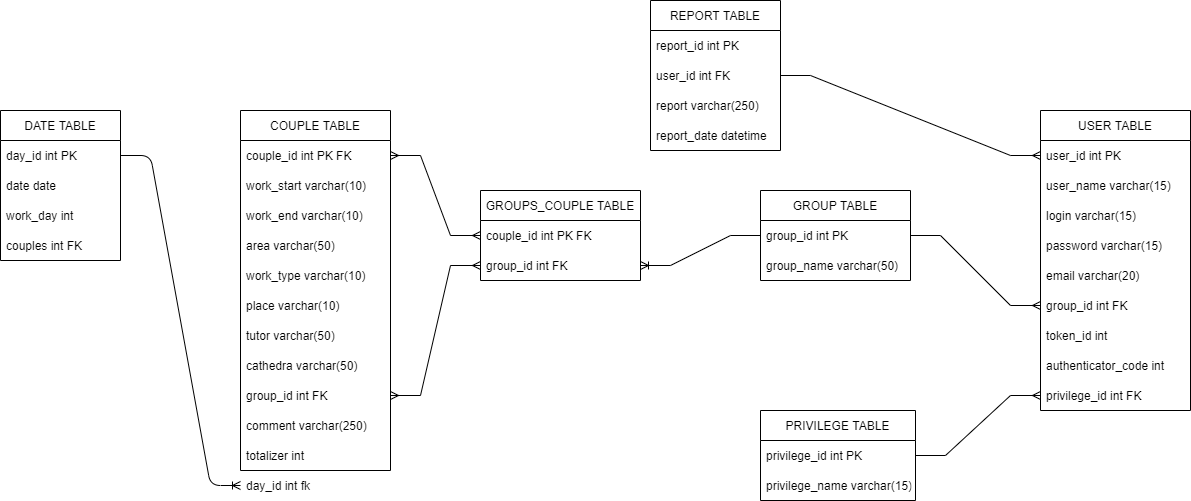
This is BackendApi/Архитектура/БД.drawio.png from MuivTimetable/-Documentation, a draw.io export, as it was before one commit. Source tidied: cells renumbered, new cells last; positions are measured from the earlier drawing's top-left corner, leaving out a move shared by most shapes. Its diagram source:
```xml
<mxGraphModel>
  <root>
    <mxCell id="0" />
    <mxCell id="1" parent="0" />
    <mxCell id="2" value="DATE TABLE" style="swimlane;fontStyle=0;horizontal=1;startSize=30;" parent="1" vertex="1">
      <mxGeometry y="110" width="120" height="150" as="geometry" />
    </mxCell>
    <mxCell id="3" value="day_id int PK" style="text;strokeColor=none;fillColor=none;align=left;verticalAlign=middle;spacingLeft=4;spacingRight=4;overflow=hidden;points=[[0,0.5],[1,0.5]];portConstraint=eastwest;" parent="2" vertex="1">
      <mxGeometry y="30" width="120" height="30" as="geometry" />
    </mxCell>
    <mxCell id="4" value="date date" style="text;strokeColor=none;fillColor=none;align=left;verticalAlign=middle;spacingLeft=4;spacingRight=4;overflow=hidden;" parent="2" vertex="1">
      <mxGeometry y="60" width="120" height="30" as="geometry" />
    </mxCell>
    <mxCell id="5" value="work_day int" style="text;strokeColor=none;fillColor=none;align=left;verticalAlign=middle;spacingLeft=4;spacingRight=4;overflow=hidden;" parent="2" vertex="1">
      <mxGeometry y="90" width="120" height="30" as="geometry" />
    </mxCell>
    <mxCell id="6" value="couples int FK" style="text;strokeColor=none;fillColor=none;align=left;verticalAlign=middle;spacingLeft=4;spacingRight=4;overflow=hidden;" parent="2" vertex="1">
      <mxGeometry y="120" width="120" height="30" as="geometry" />
    </mxCell>
    <mxCell id="7" value="COUPLE TABLE" style="swimlane;fontStyle=0;horizontal=1;startSize=30;arcSize=15;rounded=0;shadow=0;sketch=0;glass=0;" parent="1" vertex="1">
      <mxGeometry x="240" y="110" width="150" height="360" as="geometry" />
    </mxCell>
    <mxCell id="8" value="couple_id int PK FK" style="text;strokeColor=none;fillColor=none;align=left;verticalAlign=middle;spacingLeft=4;spacingRight=4;overflow=hidden;points=[[0,0.5],[1,0.5]];portConstraint=eastwest;" parent="7" vertex="1">
      <mxGeometry y="30" width="150" height="30" as="geometry" />
    </mxCell>
    <mxCell id="9" value="work_start varchar(10)" style="text;strokeColor=none;fillColor=none;align=left;verticalAlign=middle;spacingLeft=4;spacingRight=4;overflow=hidden;" parent="7" vertex="1">
      <mxGeometry y="60" width="150" height="30" as="geometry" />
    </mxCell>
    <mxCell id="10" value="work_end varchar(10)" style="text;strokeColor=none;fillColor=none;align=left;verticalAlign=middle;spacingLeft=4;spacingRight=4;overflow=hidden;" parent="7" vertex="1">
      <mxGeometry y="90" width="150" height="30" as="geometry" />
    </mxCell>
    <mxCell id="11" value="area varchar(50)" style="text;strokeColor=none;fillColor=none;align=left;verticalAlign=middle;spacingLeft=4;spacingRight=4;overflow=hidden;" parent="7" vertex="1">
      <mxGeometry y="120" width="150" height="30" as="geometry" />
    </mxCell>
    <mxCell id="12" value="work_type varchar(10)" style="text;strokeColor=none;fillColor=none;align=left;verticalAlign=middle;spacingLeft=4;spacingRight=4;overflow=hidden;" parent="7" vertex="1">
      <mxGeometry y="150" width="150" height="30" as="geometry" />
    </mxCell>
    <mxCell id="13" value="place varchar(10)" style="text;strokeColor=none;fillColor=none;align=left;verticalAlign=middle;spacingLeft=4;spacingRight=4;overflow=hidden;" parent="7" vertex="1">
      <mxGeometry y="180" width="150" height="30" as="geometry" />
    </mxCell>
    <mxCell id="14" value="tutor varchar(50)" style="text;strokeColor=none;fillColor=none;align=left;verticalAlign=middle;spacingLeft=4;spacingRight=4;overflow=hidden;" parent="7" vertex="1">
      <mxGeometry y="210" width="150" height="30" as="geometry" />
    </mxCell>
    <mxCell id="15" value="cathedra varchar(50)" style="text;strokeColor=none;fillColor=none;align=left;verticalAlign=middle;spacingLeft=4;spacingRight=4;overflow=hidden;" parent="7" vertex="1">
      <mxGeometry y="240" width="150" height="30" as="geometry" />
    </mxCell>
    <mxCell id="16" value="group_id int FK" style="text;strokeColor=none;fillColor=none;align=left;verticalAlign=middle;spacingLeft=4;spacingRight=4;overflow=hidden;points=[[0,0.5],[1,0.5]];portConstraint=eastwest;" parent="7" vertex="1">
      <mxGeometry y="270" width="150" height="30" as="geometry" />
    </mxCell>
    <mxCell id="17" value="comment varchar(250)" style="text;strokeColor=none;fillColor=none;align=left;verticalAlign=middle;spacingLeft=4;spacingRight=4;overflow=hidden;" parent="7" vertex="1">
      <mxGeometry y="300" width="150" height="30" as="geometry" />
    </mxCell>
    <mxCell id="18" value="totalizer int" style="text;strokeColor=none;fillColor=none;align=left;verticalAlign=middle;spacingLeft=4;spacingRight=4;overflow=hidden;" parent="7" vertex="1">
      <mxGeometry y="330" width="150" height="30" as="geometry" />
    </mxCell>
    <mxCell id="19" value="GROUPS_COUPLE TABLE" style="swimlane;fontStyle=0;horizontal=1;startSize=30;" parent="1" vertex="1">
      <mxGeometry x="480" y="190" width="160" height="90" as="geometry" />
    </mxCell>
    <mxCell id="20" value="couple_id int PK FK" style="text;strokeColor=none;fillColor=none;align=left;verticalAlign=middle;spacingLeft=4;spacingRight=4;overflow=hidden;points=[[0,0.5],[1,0.5]];portConstraint=eastwest;" parent="19" vertex="1">
      <mxGeometry y="30" width="160" height="30" as="geometry" />
    </mxCell>
    <mxCell id="21" value="group_id int FK" style="text;strokeColor=none;fillColor=none;align=left;verticalAlign=middle;spacingLeft=4;spacingRight=4;overflow=hidden;points=[[0,0.5],[1,0.5]];portConstraint=eastwest;" parent="19" vertex="1">
      <mxGeometry y="60" width="160" height="30" as="geometry" />
    </mxCell>
    <mxCell id="22" value="GROUP TABLE" style="swimlane;fontStyle=0;horizontal=1;startSize=30;" parent="1" vertex="1">
      <mxGeometry x="760" y="190" width="150" height="90" as="geometry" />
    </mxCell>
    <mxCell id="23" value="group_id int PK" style="text;strokeColor=none;fillColor=none;align=left;verticalAlign=middle;spacingLeft=4;spacingRight=4;overflow=hidden;points=[[0,0.5],[1,0.5]];portConstraint=eastwest;" parent="22" vertex="1">
      <mxGeometry y="30" width="150" height="30" as="geometry" />
    </mxCell>
    <mxCell id="24" value="group_name varchar(50)" style="text;strokeColor=none;fillColor=none;align=left;verticalAlign=middle;spacingLeft=4;spacingRight=4;overflow=hidden;" parent="22" vertex="1">
      <mxGeometry y="60" width="150" height="30" as="geometry" />
    </mxCell>
    <mxCell id="25" value="USER TABLE" style="swimlane;fontStyle=0;horizontal=1;startSize=30;" parent="1" vertex="1">
      <mxGeometry x="1040" y="110" width="150" height="300" as="geometry" />
    </mxCell>
    <mxCell id="26" value="user_id int PK" style="text;strokeColor=none;fillColor=none;align=left;verticalAlign=middle;spacingLeft=4;spacingRight=4;overflow=hidden;points=[[0,0.5],[1,0.5]];portConstraint=eastwest;" parent="25" vertex="1">
      <mxGeometry y="30" width="150" height="30" as="geometry" />
    </mxCell>
    <mxCell id="27" value="user_name varchar(15)" style="text;strokeColor=none;fillColor=none;align=left;verticalAlign=middle;spacingLeft=4;spacingRight=4;overflow=hidden;" parent="25" vertex="1">
      <mxGeometry y="60" width="150" height="30" as="geometry" />
    </mxCell>
    <mxCell id="28" value="login varchar(15)" style="text;strokeColor=none;fillColor=none;align=left;verticalAlign=middle;spacingLeft=4;spacingRight=4;overflow=hidden;" parent="25" vertex="1">
      <mxGeometry y="90" width="150" height="30" as="geometry" />
    </mxCell>
    <mxCell id="29" value="password varchar(15)" style="text;strokeColor=none;fillColor=none;align=left;verticalAlign=middle;spacingLeft=4;spacingRight=4;overflow=hidden;" parent="25" vertex="1">
      <mxGeometry y="120" width="150" height="30" as="geometry" />
    </mxCell>
    <mxCell id="30" value="email varchar(20)" style="text;strokeColor=none;fillColor=none;align=left;verticalAlign=middle;spacingLeft=4;spacingRight=4;overflow=hidden;" parent="25" vertex="1">
      <mxGeometry y="150" width="150" height="30" as="geometry" />
    </mxCell>
    <mxCell id="31" value="group_id int FK" style="text;strokeColor=none;fillColor=none;align=left;verticalAlign=middle;spacingLeft=4;spacingRight=4;overflow=hidden;points=[[0,0.5],[1,0.5]];portConstraint=eastwest;" parent="25" vertex="1">
      <mxGeometry y="180" width="150" height="30" as="geometry" />
    </mxCell>
    <mxCell id="32" value="token_id int" style="text;strokeColor=none;fillColor=none;align=left;verticalAlign=middle;spacingLeft=4;spacingRight=4;overflow=hidden;" parent="25" vertex="1">
      <mxGeometry y="210" width="150" height="30" as="geometry" />
    </mxCell>
    <mxCell id="33" value="authenticator_code int" style="text;strokeColor=none;fillColor=none;align=left;verticalAlign=middle;spacingLeft=4;spacingRight=4;overflow=hidden;" parent="25" vertex="1">
      <mxGeometry y="240" width="150" height="30" as="geometry" />
    </mxCell>
    <mxCell id="34" value="privilege_id int FK" style="text;strokeColor=none;fillColor=none;align=left;verticalAlign=middle;spacingLeft=4;spacingRight=4;overflow=hidden;points=[[0,0.5],[1,0.5]];portConstraint=eastwest;" parent="25" vertex="1">
      <mxGeometry y="270" width="150" height="30" as="geometry" />
    </mxCell>
    <mxCell id="35" value="REPORT TABLE" style="swimlane;fontStyle=0;horizontal=1;startSize=30;" parent="1" vertex="1">
      <mxGeometry x="650" width="130" height="150" as="geometry" />
    </mxCell>
    <mxCell id="36" value="report_id int PK" style="text;strokeColor=none;fillColor=none;align=left;verticalAlign=middle;spacingLeft=4;spacingRight=4;overflow=hidden;" parent="35" vertex="1">
      <mxGeometry y="30" width="130" height="30" as="geometry" />
    </mxCell>
    <mxCell id="37" value="user_id int FK" style="text;strokeColor=none;fillColor=none;align=left;verticalAlign=middle;spacingLeft=4;spacingRight=4;overflow=hidden;points=[[0,0.5],[1,0.5]];portConstraint=eastwest;" parent="35" vertex="1">
      <mxGeometry y="60" width="130" height="30" as="geometry" />
    </mxCell>
    <mxCell id="38" value="report varchar(250)" style="text;strokeColor=none;fillColor=none;align=left;verticalAlign=middle;spacingLeft=4;spacingRight=4;overflow=hidden;" parent="35" vertex="1">
      <mxGeometry y="90" width="130" height="30" as="geometry" />
    </mxCell>
    <mxCell id="39" value="report_date datetime" style="text;strokeColor=none;fillColor=none;align=left;verticalAlign=middle;spacingLeft=4;spacingRight=4;overflow=hidden;" parent="35" vertex="1">
      <mxGeometry y="120" width="130" height="30" as="geometry" />
    </mxCell>
    <mxCell id="40" value="PRIVILEGE TABLE" style="swimlane;fontStyle=0;horizontal=1;startSize=30;" parent="1" vertex="1">
      <mxGeometry x="760" y="410" width="155" height="90" as="geometry" />
    </mxCell>
    <mxCell id="41" value="privilege_id int PK" style="text;strokeColor=none;fillColor=none;align=left;verticalAlign=middle;spacingLeft=4;spacingRight=4;overflow=hidden;points=[[0,0.5],[1,0.5]];portConstraint=eastwest;" parent="40" vertex="1">
      <mxGeometry y="30" width="155" height="30" as="geometry" />
    </mxCell>
    <mxCell id="42" value="privilege_name varchar(15)" style="text;strokeColor=none;fillColor=none;align=left;verticalAlign=middle;spacingLeft=4;spacingRight=4;overflow=hidden;" parent="40" vertex="1">
      <mxGeometry y="60" width="155" height="30" as="geometry" />
    </mxCell>
    <mxCell id="43" style="edgeStyle=entityRelationEdgeStyle;fontSize=12;html=1;endArrow=ERmany;startArrow=ERmany;rounded=0;exitX=1;exitY=0.5;exitDx=0;exitDy=0;entryX=0;entryY=0.5;entryDx=0;entryDy=0;" parent="1" edge="1" source="8" target="20">
      <mxGeometry relative="1" as="geometry" />
    </mxCell>
    <mxCell id="44" style="edgeStyle=entityRelationEdgeStyle;fontSize=12;html=1;endArrow=ERmany;startArrow=ERmany;rounded=0;exitX=1;exitY=0.5;exitDx=0;exitDy=0;entryX=0;entryY=0.5;entryDx=0;entryDy=0;" parent="1" edge="1" source="16" target="21">
      <mxGeometry relative="1" as="geometry" />
    </mxCell>
    <mxCell id="45" style="edgeStyle=entityRelationEdgeStyle;fontSize=12;html=1;endArrow=ERoneToMany;rounded=0;exitX=0;exitY=0.5;exitDx=0;exitDy=0;entryX=1;entryY=0.5;entryDx=0;entryDy=0;" parent="1" edge="1" source="23" target="21">
      <mxGeometry relative="1" as="geometry" />
    </mxCell>
    <mxCell id="46" style="edgeStyle=entityRelationEdgeStyle;fontSize=12;html=1;endArrow=ERmany;rounded=0;exitX=1;exitY=0.5;exitDx=0;exitDy=0;entryX=0;entryY=0.5;entryDx=0;entryDy=0;" parent="1" edge="1" source="23" target="31">
      <mxGeometry relative="1" as="geometry" />
    </mxCell>
    <mxCell id="47" style="edgeStyle=entityRelationEdgeStyle;fontSize=12;html=1;endArrow=ERmany;rounded=0;exitX=1;exitY=0.5;exitDx=0;exitDy=0;entryX=0;entryY=0.5;entryDx=0;entryDy=0;" parent="1" edge="1" source="41" target="34">
      <mxGeometry relative="1" as="geometry" />
    </mxCell>
    <mxCell id="48" style="edgeStyle=entityRelationEdgeStyle;fontSize=12;html=1;endArrow=ERmany;rounded=0;exitX=1;exitY=0.5;exitDx=0;exitDy=0;entryX=0;entryY=0.5;entryDx=0;entryDy=0;" parent="1" edge="1" source="37" target="26">
      <mxGeometry relative="1" as="geometry" />
    </mxCell>
    <mxCell id="49" style="edgeStyle=entityRelationEdgeStyle;fontSize=12;html=1;endArrow=ERoneToMany;exitX=1;exitY=0.5;exitDx=0;exitDy=0;entryX=0;entryY=0.5;entryDx=0;entryDy=0;" parent="1" edge="1" source="3" target="50">
      <mxGeometry relative="1" as="geometry" />
    </mxCell>
    <mxCell id="50" value="day_id int fk" style="text;strokeColor=none;fillColor=none;align=left;verticalAlign=middle;spacingLeft=4;spacingRight=4;overflow=hidden;points=[[0,0.5],[1,0.5]];portConstraint=eastwest;" parent="1" vertex="1">
      <mxGeometry x="240" y="470" width="150" height="30" as="geometry" />
    </mxCell>
  </root>
</mxGraphModel>
```
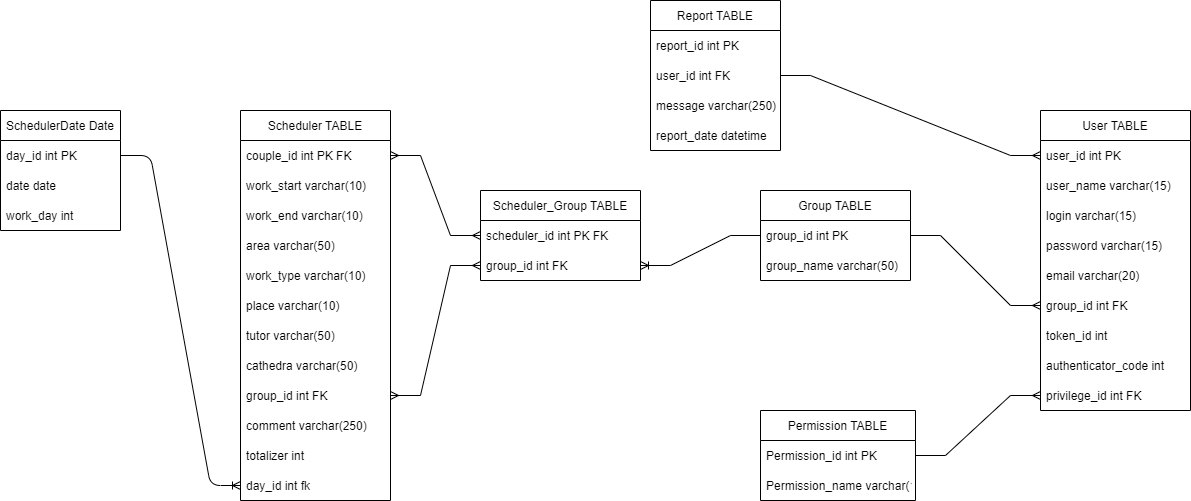
Later version of the same file.

Change to the diagram source:
```diff
@@ -2,8 +2,8 @@
   <root>
     <mxCell id="0" />
     <mxCell id="1" parent="0" />
-    <mxCell id="2" value="DATE TABLE" style="swimlane;fontStyle=0;horizontal=1;startSize=30;" parent="1" vertex="1">
-      <mxGeometry y="110" width="120" height="150" as="geometry" />
+    <mxCell id="2" value="SchedulerDate Date" style="swimlane;fontStyle=0;horizontal=1;startSize=30;" parent="1" vertex="1">
+      <mxGeometry y="110" width="120" height="120" as="geometry" />
     </mxCell>
     <mxCell id="3" value="day_id int PK" style="text;strokeColor=none;fillColor=none;align=left;verticalAlign=middle;spacingLeft=4;spacingRight=4;overflow=hidden;points=[[0,0.5],[1,0.5]];portConstraint=eastwest;" parent="2" vertex="1">
       <mxGeometry y="30" width="120" height="30" as="geometry" />
@@ -14,11 +14,8 @@
     <mxCell id="5" value="work_day int" style="text;strokeColor=none;fillColor=none;align=left;verticalAlign=middle;spacingLeft=4;spacingRight=4;overflow=hidden;" parent="2" vertex="1">
       <mxGeometry y="90" width="120" height="30" as="geometry" />
     </mxCell>
-    <mxCell id="6" value="couples int FK" style="text;strokeColor=none;fillColor=none;align=left;verticalAlign=middle;spacingLeft=4;spacingRight=4;overflow=hidden;" parent="2" vertex="1">
-      <mxGeometry y="120" width="120" height="30" as="geometry" />
-    </mxCell>
-    <mxCell id="7" value="COUPLE TABLE" style="swimlane;fontStyle=0;horizontal=1;startSize=30;arcSize=15;rounded=0;shadow=0;sketch=0;glass=0;" parent="1" vertex="1">
-      <mxGeometry x="240" y="110" width="150" height="360" as="geometry" />
+    <mxCell id="7" value="Scheduler TABLE" style="swimlane;fontStyle=0;horizontal=1;startSize=30;arcSize=15;rounded=0;shadow=0;sketch=0;glass=0;" parent="1" vertex="1">
+      <mxGeometry x="240" y="110" width="150" height="390" as="geometry" />
     </mxCell>
     <mxCell id="8" value="couple_id int PK FK" style="text;strokeColor=none;fillColor=none;align=left;verticalAlign=middle;spacingLeft=4;spacingRight=4;overflow=hidden;points=[[0,0.5],[1,0.5]];portConstraint=eastwest;" parent="7" vertex="1">
       <mxGeometry y="30" width="150" height="30" as="geometry" />
@@ -53,16 +50,19 @@
     <mxCell id="18" value="totalizer int" style="text;strokeColor=none;fillColor=none;align=left;verticalAlign=middle;spacingLeft=4;spacingRight=4;overflow=hidden;" parent="7" vertex="1">
       <mxGeometry y="330" width="150" height="30" as="geometry" />
     </mxCell>
+    <mxCell id="50" value="day_id int fk" style="text;strokeColor=none;fillColor=none;align=left;verticalAlign=middle;spacingLeft=4;spacingRight=4;overflow=hidden;points=[[0,0.5],[1,0.5]];portConstraint=eastwest;" parent="7" vertex="1">
+      <mxGeometry y="360" width="150" height="30" as="geometry" />
+    </mxCell>
-    <mxCell id="19" value="GROUPS_COUPLE TABLE" style="swimlane;fontStyle=0;horizontal=1;startSize=30;" parent="1" vertex="1">
+    <mxCell id="19" value="Scheduler_Group TABLE" style="swimlane;fontStyle=0;horizontal=1;startSize=30;" parent="1" vertex="1">
       <mxGeometry x="480" y="190" width="160" height="90" as="geometry" />
     </mxCell>
-    <mxCell id="20" value="couple_id int PK FK" style="text;strokeColor=none;fillColor=none;align=left;verticalAlign=middle;spacingLeft=4;spacingRight=4;overflow=hidden;points=[[0,0.5],[1,0.5]];portConstraint=eastwest;" parent="19" vertex="1">
+    <mxCell id="20" value="scheduler_id int PK FK" style="text;strokeColor=none;fillColor=none;align=left;verticalAlign=middle;spacingLeft=4;spacingRight=4;overflow=hidden;points=[[0,0.5],[1,0.5]];portConstraint=eastwest;" parent="19" vertex="1">
       <mxGeometry y="30" width="160" height="30" as="geometry" />
     </mxCell>
     <mxCell id="21" value="group_id int FK" style="text;strokeColor=none;fillColor=none;align=left;verticalAlign=middle;spacingLeft=4;spacingRight=4;overflow=hidden;points=[[0,0.5],[1,0.5]];portConstraint=eastwest;" parent="19" vertex="1">
       <mxGeometry y="60" width="160" height="30" as="geometry" />
     </mxCell>
-    <mxCell id="22" value="GROUP TABLE" style="swimlane;fontStyle=0;horizontal=1;startSize=30;" parent="1" vertex="1">
+    <mxCell id="22" value="Group TABLE" style="swimlane;fontStyle=0;horizontal=1;startSize=30;" parent="1" vertex="1">
       <mxGeometry x="760" y="190" width="150" height="90" as="geometry" />
     </mxCell>
     <mxCell id="23" value="group_id int PK" style="text;strokeColor=none;fillColor=none;align=left;verticalAlign=middle;spacingLeft=4;spacingRight=4;overflow=hidden;points=[[0,0.5],[1,0.5]];portConstraint=eastwest;" parent="22" vertex="1">
@@ -71,7 +71,7 @@
     <mxCell id="24" value="group_name varchar(50)" style="text;strokeColor=none;fillColor=none;align=left;verticalAlign=middle;spacingLeft=4;spacingRight=4;overflow=hidden;" parent="22" vertex="1">
       <mxGeometry y="60" width="150" height="30" as="geometry" />
     </mxCell>
-    <mxCell id="25" value="USER TABLE" style="swimlane;fontStyle=0;horizontal=1;startSize=30;" parent="1" vertex="1">
+    <mxCell id="25" value="User TABLE" style="swimlane;fontStyle=0;horizontal=1;startSize=30;" parent="1" vertex="1">
       <mxGeometry x="1040" y="110" width="150" height="300" as="geometry" />
     </mxCell>
     <mxCell id="26" value="user_id int PK" style="text;strokeColor=none;fillColor=none;align=left;verticalAlign=middle;spacingLeft=4;spacingRight=4;overflow=hidden;points=[[0,0.5],[1,0.5]];portConstraint=eastwest;" parent="25" vertex="1">
@@ -101,7 +101,7 @@
     <mxCell id="34" value="privilege_id int FK" style="text;strokeColor=none;fillColor=none;align=left;verticalAlign=middle;spacingLeft=4;spacingRight=4;overflow=hidden;points=[[0,0.5],[1,0.5]];portConstraint=eastwest;" parent="25" vertex="1">
       <mxGeometry y="270" width="150" height="30" as="geometry" />
     </mxCell>
-    <mxCell id="35" value="REPORT TABLE" style="swimlane;fontStyle=0;horizontal=1;startSize=30;" parent="1" vertex="1">
+    <mxCell id="35" value="Report TABLE" style="swimlane;fontStyle=0;horizontal=1;startSize=30;" parent="1" vertex="1">
       <mxGeometry x="650" width="130" height="150" as="geometry" />
     </mxCell>
     <mxCell id="36" value="report_id int PK" style="text;strokeColor=none;fillColor=none;align=left;verticalAlign=middle;spacingLeft=4;spacingRight=4;overflow=hidden;" parent="35" vertex="1">
@@ -110,19 +110,19 @@
     <mxCell id="37" value="user_id int FK" style="text;strokeColor=none;fillColor=none;align=left;verticalAlign=middle;spacingLeft=4;spacingRight=4;overflow=hidden;points=[[0,0.5],[1,0.5]];portConstraint=eastwest;" parent="35" vertex="1">
       <mxGeometry y="60" width="130" height="30" as="geometry" />
     </mxCell>
-    <mxCell id="38" value="report varchar(250)" style="text;strokeColor=none;fillColor=none;align=left;verticalAlign=middle;spacingLeft=4;spacingRight=4;overflow=hidden;" parent="35" vertex="1">
+    <mxCell id="38" value="message varchar(250)" style="text;strokeColor=none;fillColor=none;align=left;verticalAlign=middle;spacingLeft=4;spacingRight=4;overflow=hidden;" parent="35" vertex="1">
       <mxGeometry y="90" width="130" height="30" as="geometry" />
     </mxCell>
     <mxCell id="39" value="report_date datetime" style="text;strokeColor=none;fillColor=none;align=left;verticalAlign=middle;spacingLeft=4;spacingRight=4;overflow=hidden;" parent="35" vertex="1">
       <mxGeometry y="120" width="130" height="30" as="geometry" />
     </mxCell>
-    <mxCell id="40" value="PRIVILEGE TABLE" style="swimlane;fontStyle=0;horizontal=1;startSize=30;" parent="1" vertex="1">
+    <mxCell id="40" value="Permission TABLE" style="swimlane;fontStyle=0;horizontal=1;startSize=30;" parent="1" vertex="1">
       <mxGeometry x="760" y="410" width="155" height="90" as="geometry" />
     </mxCell>
-    <mxCell id="41" value="privilege_id int PK" style="text;strokeColor=none;fillColor=none;align=left;verticalAlign=middle;spacingLeft=4;spacingRight=4;overflow=hidden;points=[[0,0.5],[1,0.5]];portConstraint=eastwest;" parent="40" vertex="1">
+    <mxCell id="41" value="Permission_id int PK" style="text;strokeColor=none;fillColor=none;align=left;verticalAlign=middle;spacingLeft=4;spacingRight=4;overflow=hidden;points=[[0,0.5],[1,0.5]];portConstraint=eastwest;" parent="40" vertex="1">
       <mxGeometry y="30" width="155" height="30" as="geometry" />
     </mxCell>
-    <mxCell id="42" value="privilege_name varchar(15)" style="text;strokeColor=none;fillColor=none;align=left;verticalAlign=middle;spacingLeft=4;spacingRight=4;overflow=hidden;" parent="40" vertex="1">
+    <mxCell id="42" value="Permission_name varchar(15)" style="text;strokeColor=none;fillColor=none;align=left;verticalAlign=middle;spacingLeft=4;spacingRight=4;overflow=hidden;" parent="40" vertex="1">
       <mxGeometry y="60" width="155" height="30" as="geometry" />
     </mxCell>
     <mxCell id="43" style="edgeStyle=entityRelationEdgeStyle;fontSize=12;html=1;endArrow=ERmany;startArrow=ERmany;rounded=0;exitX=1;exitY=0.5;exitDx=0;exitDy=0;entryX=0;entryY=0.5;entryDx=0;entryDy=0;" parent="1" edge="1" source="8" target="20">
@@ -146,8 +146,5 @@
     <mxCell id="49" style="edgeStyle=entityRelationEdgeStyle;fontSize=12;html=1;endArrow=ERoneToMany;exitX=1;exitY=0.5;exitDx=0;exitDy=0;entryX=0;entryY=0.5;entryDx=0;entryDy=0;" parent="1" edge="1" source="3" target="50">
       <mxGeometry relative="1" as="geometry" />
     </mxCell>
-    <mxCell id="50" value="day_id int fk" style="text;strokeColor=none;fillColor=none;align=left;verticalAlign=middle;spacingLeft=4;spacingRight=4;overflow=hidden;points=[[0,0.5],[1,0.5]];portConstraint=eastwest;" parent="1" vertex="1">
-      <mxGeometry x="240" y="470" width="150" height="30" as="geometry" />
-    </mxCell>
   </root>
 </mxGraphModel>
```
